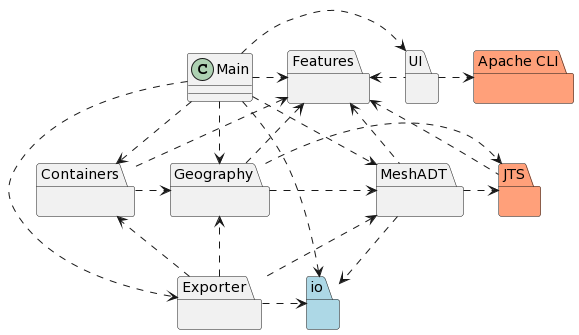
The PlantUML diagram umlDiagrams/A3/IslandArchitecture/island_arch.png in itshady/Island-Generator, before a commit. Its source is kept beside it as umlDiagrams/A3/IslandArchitecture/island_arch.puml. The source it was exported from:
```plantuml
@startuml


package UI {}
package MeshADT {}
package Exporter {}
package Containers {}
package JTS LightSalmon {}
package "Apache CLI" LightSalmon {}
package io LightBlue {}
package Features {}
package Geography {}

Features <.. Containers
Features <.. Geography
Features <.. MeshADT
Features <.. JTS
Features <. UI

Containers .> Geography
Geography .> MeshADT
Geography .> JTS

MeshADT .> JTS
MeshADT ..> io
UI .> "Apache CLI"
Exporter ..> Containers
Exporter ..> Geography
Exporter .> io
MeshADT <. Exporter

class Main

Main .> UI
Main .> MeshADT
Main .> io
Main .> Geography
Main .> Exporter
Main .> Containers
Main .> Features



@enduml
```
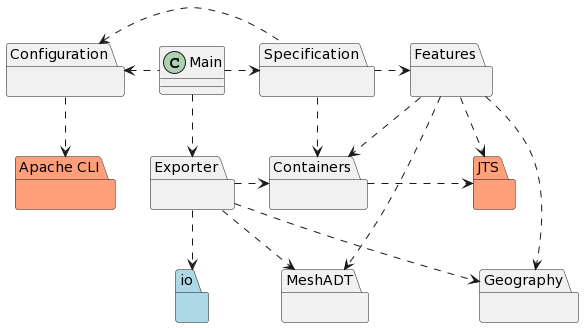
After the commit.

Commit message:
Updated island architecture UML diagram to be more clear

Change to the diagram source:
```diff
@@ -1,44 +1,38 @@
 @startuml
 
-
-package UI {}
+package Exporter {}
+package Configuration {}
+package Specification {}
+package Island {}
 package MeshADT {}
-package Exporter {}
-package Containers {}
 package JTS LightSalmon {}
 package "Apache CLI" LightSalmon {}
 package io LightBlue {}
+package Geography {}
 package Features {}
-package Geography {}
-
-Features <.. Containers
-Features <.. Geography
-Features <.. MeshADT
-Features <.. JTS
-Features <. UI
-
-Containers .> Geography
-Geography .> MeshADT
-Geography .> JTS
-
-MeshADT .> JTS
-MeshADT ..> io
-UI .> "Apache CLI"
-Exporter ..> Containers
-Exporter ..> Geography
-Exporter .> io
-MeshADT <. Exporter
 
 class Main
 
-Main .> UI
-Main .> MeshADT
-Main .> io
-Main .> Geography
-Main .> Exporter
-Main .> Containers
-Main .> Features
 
+Main .> Specification
+Configuration <. Main
+Configuration <. Specification
+
+Main ..> Exporter
+Exporter ..> MeshADT
+Specification ..> Island
+Exporter .> Island
+Exporter ..> io
+
+Island .> JTS
+Configuration ..> "Apache CLI"
+Exporter ..> Geography
+
+Specification .> Features
+Features ..> Island
+Features ..> Geography
+Features ..> MeshADT
+Features ..> JTS
 
 
 @enduml
```
